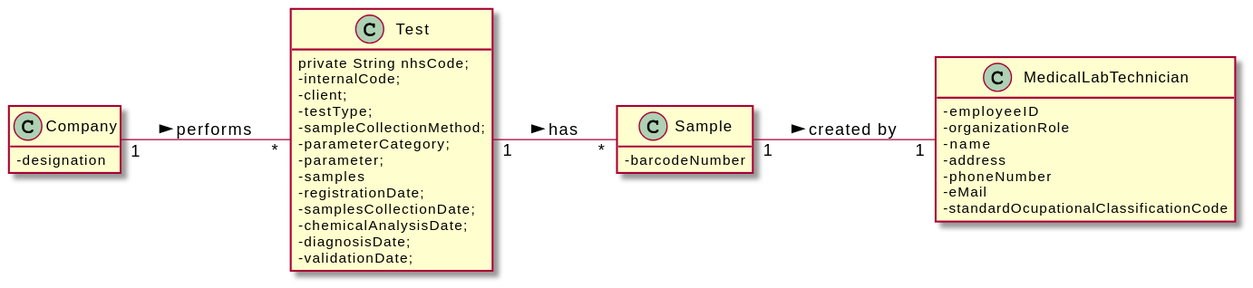
This is docs/SprintC/US_5/UC5_MD.svg from RuiRioPina/LAPR2-20-21, a PlantUML export, as it was before one commit. The source it was exported from:
```plantuml
@startuml
skinparam classAttributeIconSize 0
hide methods
left to right direction

class Sample {
  -barcodeNumber
}

class Company {
  -designation
}

class Test {
private String nhsCode;
  -internalCode;
  -client;
  -testType;
  -sampleCollectionMethod;
  -parameterCategory;
  -parameter;
  -samples
  -registrationDate;
  -samplesCollectionDate;
  -chemicalAnalysisDate;
  -diagnosisDate;
  -validationDate;
}

class MedicalLabTechnician {
  -employeeID
  -organizationRole
  -name
  -address
  -phoneNumber
  -eMail
  -standardOcupationalClassificationCode
}

Company "1" -- "*" Test : performs >
Test "1" -- "*" Sample : has >
Sample "1" -- "1" MedicalLabTechnician : created by >
@enduml
```
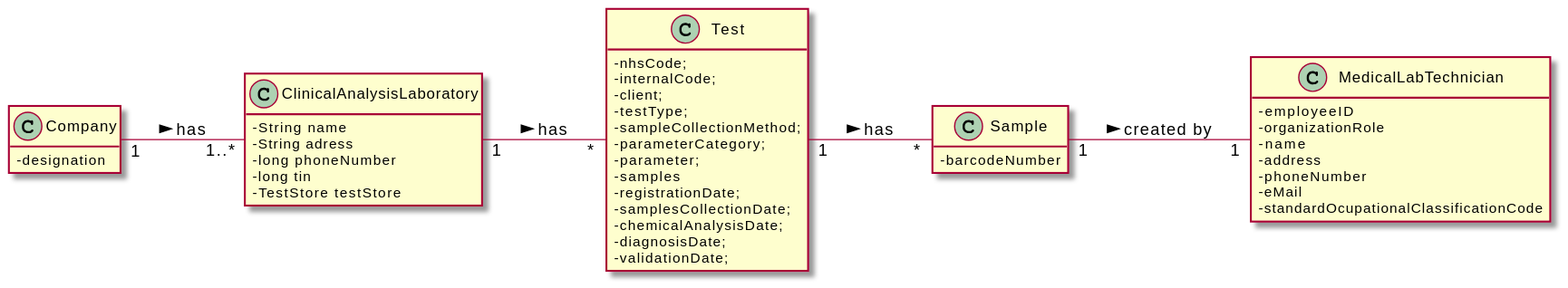
The same diagram one commit later.

Commit message:
correcting all the diagrams [UC-5]

Diff of the diagram source:
```diff
@@ -11,8 +11,16 @@
   -designation
 }
 
+class ClinicalAnalysisLaboratory {
+  -String name
+  -String adress
+  -long phoneNumber
+  -long tin
+  -TestStore testStore
+  +getTestStore()
+}
 class Test {
-private String nhsCode;
+  -nhsCode;
   -internalCode;
   -client;
   -testType;
@@ -37,7 +45,8 @@
   -standardOcupationalClassificationCode
 }
 
-Company "1" -- "*" Test : performs >
+Company "1" -- "1..*" ClinicalAnalysisLaboratory : has >
+ClinicalAnalysisLaboratory "1" -- "*" Test : has >
 Test "1" -- "*" Sample : has >
 Sample "1" -- "1" MedicalLabTechnician : created by >
 @enduml
```
